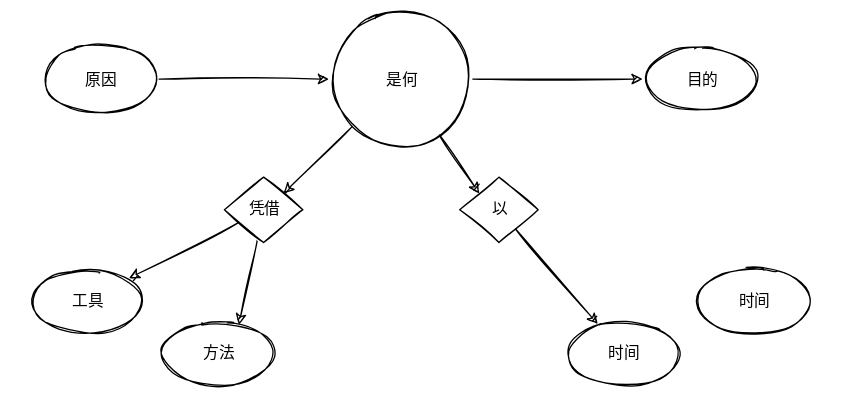
Before: 笔记/通用概念/Untitled Diagram.svg, a diagram exported from draw.io (Echo-Yanglulu/obsidianPrivateNote). Source tidied: cells renumbered, new cells last; positions are measured from the earlier drawing's top-left corner, leaving out a move shared by most shapes.
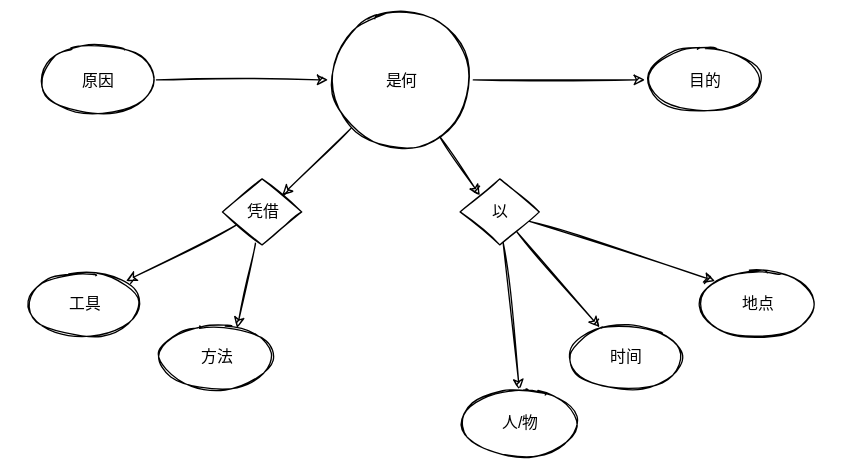
After the change.

Diff of the diagram source:
```diff
@@ -44,11 +44,20 @@
     <mxCell id="15" style="edgeStyle=none;html=1;" parent="1" edge="1" source="16" target="10">
       <mxGeometry relative="1" as="geometry" />
     </mxCell>
+    <mxCell id="18" style="edgeStyle=none;html=1;entryX=0;entryY=0;entryDx=0;entryDy=0;" parent="1" edge="1" source="16" target="17">
+      <mxGeometry relative="1" as="geometry" />
+    </mxCell>
+    <mxCell id="19" style="edgeStyle=none;html=1;entryX=0.5;entryY=0;entryDx=0;entryDy=0;" parent="1" edge="1" source="16" target="20">
+      <mxGeometry relative="1" as="geometry" />
+    </mxCell>
     <mxCell id="16" value="以" style="rhombus;whiteSpace=wrap;html=1;" parent="1" vertex="1">
       <mxGeometry x="330" y="125" width="60" height="50" as="geometry" />
     </mxCell>
-    <mxCell id="17" value="时间" style="ellipse;whiteSpace=wrap;html=1;" parent="1" vertex="1">
+    <mxCell id="17" value="地点" style="ellipse;whiteSpace=wrap;html=1;" parent="1" vertex="1">
       <mxGeometry x="510" y="195" width="90" height="50" as="geometry" />
     </mxCell>
+    <mxCell id="20" value="人/物" style="ellipse;whiteSpace=wrap;html=1;" parent="1" vertex="1">
+      <mxGeometry x="330" y="285" width="90" height="50" as="geometry" />
+    </mxCell>
   </root>
 </mxGraphModel>
```
